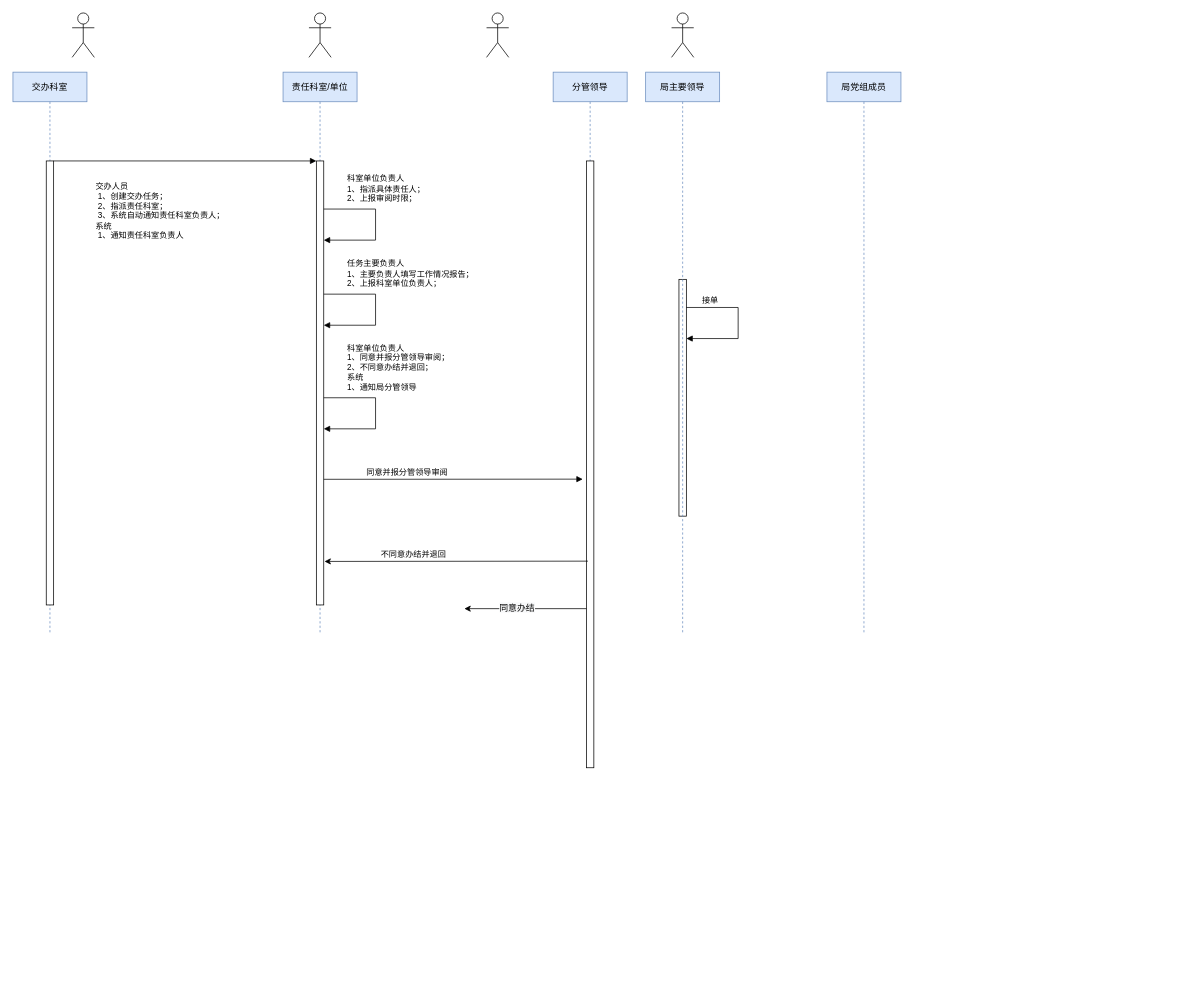
Above: 监督赋能执行力工作平台.drawio in z-cloud-z/draw (draw.io), before the change. Source tidied: cells renumbered, new cells numbered last; positions are measured from the earlier drawing's top-left corner, leaving out a move shared by most shapes. Both pictures are drawn from the tidied source at 74%, with x=0, y=0 at pixel (13, 13).
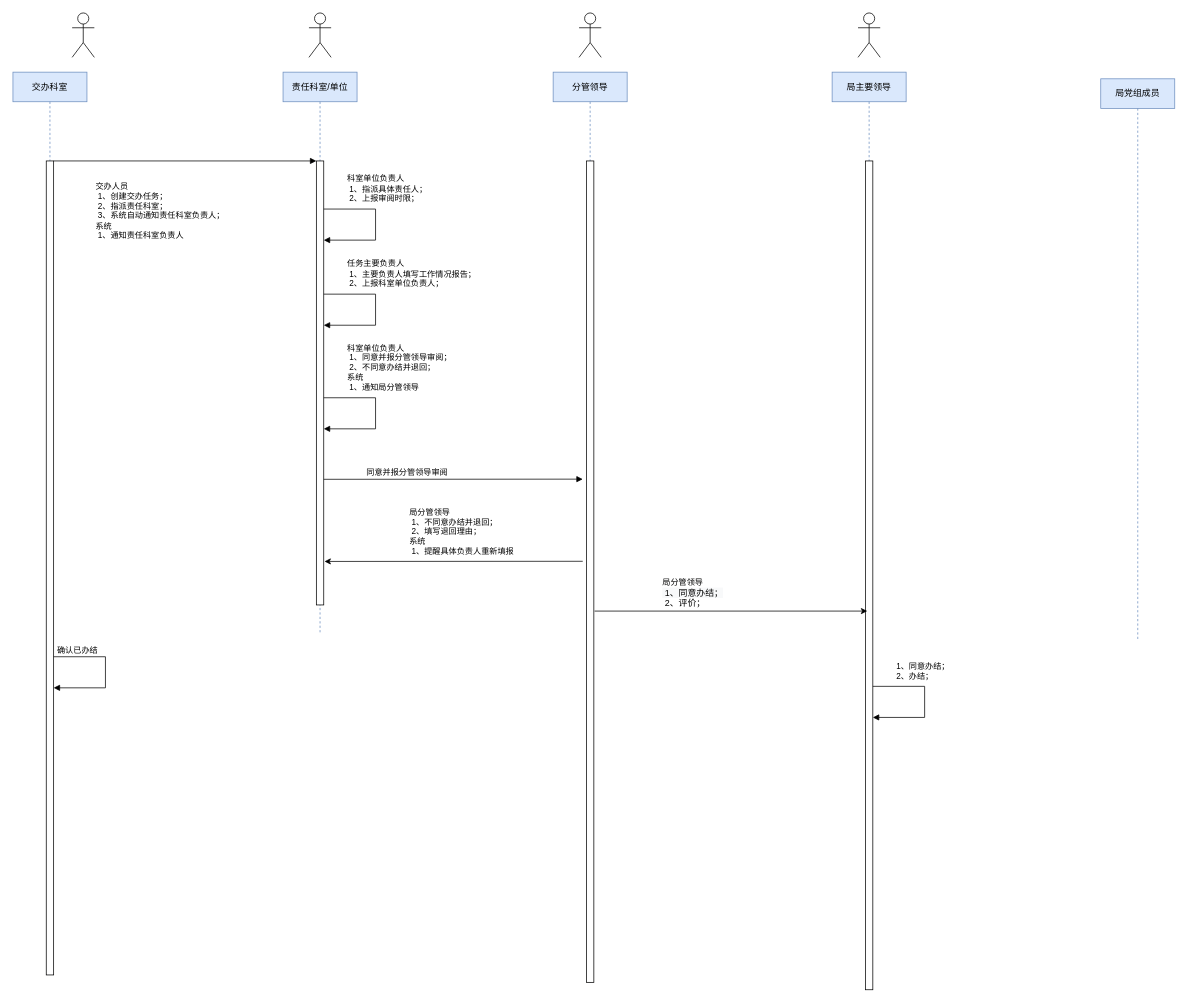
The same diagram, later.

Commit message:
更新监督赋能执行力工作平台.drawio

The change refers to these unchanged cells:
```xml
<mxCell id="7" style="html=1;points=[];perimeter=orthogonalPerimeter;" parent="1" vertex="1">
  <mxGeometry x="410" y="200" width="10" height="600" as="geometry" />
</mxCell>
```

Diff of the diagram source:
```diff
@@
     <mxCell id="4" style="shape=umlActor;verticalLabelPosition=bottom;verticalAlign=top;html=1;" parent="1" vertex="1">
-      <mxGeometry x="640" width="30" height="60" as="geometry" />
+      <mxGeometry x="765" width="30" height="60" as="geometry" />
     </mxCell>
@@
     <mxCell id="6" style="shape=umlActor;verticalLabelPosition=bottom;verticalAlign=top;html=1;" parent="1" vertex="1">
-      <mxGeometry x="890" width="30" height="60" as="geometry" />
+      <mxGeometry x="1142" width="30" height="60" as="geometry" />
     </mxCell>
@@
-    <mxCell id="9" style="html=1;points=[];perimeter=orthogonalPerimeter;" parent="1" vertex="1">
-      <mxGeometry x="900" y="360" width="10" height="320" as="geometry" />
-    </mxCell>
-    <mxCell id="10" value="接单" style="html=1;verticalAlign=bottom;endArrow=block;rounded=0;" parent="1" edge="1" source="9" target="9">
-      <mxGeometry x="-0.65" relative="1" as="geometry">
-        <Array as="points">
-          <mxPoint x="980" y="398" />
-          <mxPoint x="980" y="440" />
-        </Array>
-      </mxGeometry>
-    </mxCell>
     <mxCell id="11" value="交办科室" style="shape=umlLifeline;perimeter=lifelinePerimeter;whiteSpace=wrap;html=1;fillColor=#dae8fc;strokeColor=#6c8ebf;" parent="1" vertex="1">
-      <mxGeometry y="80" width="100" height="760" as="geometry" />
+      <mxGeometry y="80" width="100" height="1220" as="geometry" />
     </mxCell>
     <mxCell id="12" style="html=1;points=[];perimeter=orthogonalPerimeter;" parent="11" vertex="1">
-      <mxGeometry x="45" y="120" width="10" height="600" as="geometry" />
+      <mxGeometry x="45" y="120" width="10" height="1100" as="geometry" />
     </mxCell>
+    <mxCell id="25" value="确认已办结" style="html=1;verticalAlign=bottom;endArrow=block;rounded=0;" parent="11" edge="1">
+      <mxGeometry x="-0.65" relative="1" as="geometry">
+        <mxPoint x="55" y="790" as="sourcePoint" />
+        <mxPoint x="55" y="832" as="targetPoint" />
+        <Array as="points">
+          <mxPoint x="125" y="790" />
+          <mxPoint x="125" y="832" />
+        </Array>
+      </mxGeometry>
+    </mxCell>
     <mxCell id="13" value="&lt;span&gt;分管领导&lt;/span&gt;" style="shape=umlLifeline;perimeter=lifelinePerimeter;whiteSpace=wrap;html=1;fillColor=#dae8fc;strokeColor=#6c8ebf;" parent="1" vertex="1">
-      <mxGeometry x="730" y="80" width="100" height="940" as="geometry" />
+      <mxGeometry x="730" y="80" width="100" height="1230" as="geometry" />
     </mxCell>
     <mxCell id="14" style="html=1;perimeter=orthogonalPerimeter;" parent="13" vertex="1">
-      <mxGeometry x="45" y="120" width="10" height="820" as="geometry" />
+      <mxGeometry x="45" y="120" width="10" height="1110" as="geometry" />
     </mxCell>
     <mxCell id="15" value="局主要领导" style="shape=umlLifeline;perimeter=lifelinePerimeter;whiteSpace=wrap;html=1;fillColor=#dae8fc;strokeColor=#6c8ebf;" parent="1" vertex="1">
-      <mxGeometry x="855" y="80" width="100" height="760" as="geometry" />
+      <mxGeometry x="1107" y="80" width="100" height="1240" as="geometry" />
     </mxCell>
+    <mxCell id="9" style="html=1;points=[];perimeter=orthogonalPerimeter;" parent="15" vertex="1">
+      <mxGeometry x="45" y="120" width="10" height="1120" as="geometry" />
+    </mxCell>
+    <mxCell id="26" value="1、同意办结；&lt;br&gt;2、办结；" style="html=1;verticalAlign=bottom;endArrow=block;rounded=0;align=left;" parent="15" edge="1">
+      <mxGeometry x="-0.67" y="5" relative="1" as="geometry">
+        <mxPoint x="55" y="830" as="sourcePoint" />
+        <mxPoint x="55" y="872" as="targetPoint" />
+        <Array as="points">
+          <mxPoint x="125" y="830" />
+          <mxPoint x="125" y="872" />
+        </Array>
+      </mxGeometry>
+    </mxCell>
     <mxCell id="16" value="局党组成员" style="shape=umlLifeline;perimeter=lifelinePerimeter;whiteSpace=wrap;html=1;fillColor=#dae8fc;strokeColor=#6c8ebf;" parent="1" vertex="1">
-      <mxGeometry x="1100" y="80" width="100" height="760" as="geometry" />
+      <mxGeometry x="1470" y="89" width="100" height="760" as="geometry" />
     </mxCell>
-    <mxCell id="17" value="科室单位负责人&lt;br&gt;1、指派具体责任人；&lt;br&gt;2、上报审阅时限；" style="html=1;verticalAlign=bottom;endArrow=block;rounded=0;align=left;" parent="1" edge="1">
+    <mxCell id="17" value="科室单位负责人&lt;br&gt;&lt;span style=&quot;white-space: pre&quot;&gt; &lt;/span&gt;1、指派具体责任人；&lt;br&gt;&lt;span style=&quot;white-space: pre&quot;&gt; &lt;/span&gt;2、上报审阅时限；" style="html=1;verticalAlign=bottom;endArrow=block;rounded=0;align=left;" parent="1" edge="1">
       <mxGeometry x="-0.67" y="5" relative="1" as="geometry">
         <mxPoint x="420" y="265" as="sourcePoint" />
         <mxPoint x="420" y="307" as="targetPoint" />
         <Array as="points">
           <mxPoint x="490" y="265" />
           <mxPoint x="490" y="307" />
         </Array>
       </mxGeometry>
     </mxCell>
-    <mxCell id="18" value="任务主要负责人&lt;br&gt;1、主要负责人填写工作情况报告；&lt;br&gt;2、上报科室单位负责人；" style="html=1;verticalAlign=bottom;endArrow=block;rounded=0;align=left;" parent="1" edge="1">
+    <mxCell id="18" value="任务主要负责人&lt;br&gt;&lt;span style=&quot;white-space: pre&quot;&gt; &lt;/span&gt;1、主要负责人填写工作情况报告；&lt;br&gt;&lt;span style=&quot;white-space: pre&quot;&gt; &lt;/span&gt;2、上报科室单位负责人；" style="html=1;verticalAlign=bottom;endArrow=block;rounded=0;align=left;" parent="1" edge="1">
       <mxGeometry x="-0.67" y="5" relative="1" as="geometry">
         <mxPoint x="420" y="380" as="sourcePoint" />
         <mxPoint x="420" y="422" as="targetPoint" />
         <Array as="points">
           <mxPoint x="490" y="380" />
           <mxPoint x="490" y="422" />
         </Array>
       </mxGeometry>
     </mxCell>
-    <mxCell id="19" value="科室单位负责人&lt;br&gt;1、同意并报分管领导审阅；&lt;br&gt;2、不同意办结并退回；&lt;br&gt;系统&lt;br&gt;1、通知局分管领导" style="html=1;verticalAlign=bottom;endArrow=block;rounded=0;align=left;" parent="1" edge="1">
+    <mxCell id="19" value="科室单位负责人&lt;br&gt;&lt;span style=&quot;white-space: pre&quot;&gt; &lt;/span&gt;1、同意并报分管领导审阅；&lt;br&gt;&lt;span style=&quot;white-space: pre&quot;&gt; &lt;/span&gt;2、不同意办结并退回；&lt;br&gt;系统&lt;br&gt;&lt;span style=&quot;white-space: pre&quot;&gt; &lt;/span&gt;1、通知局分管领导" style="html=1;verticalAlign=bottom;endArrow=block;rounded=0;align=left;" parent="1" edge="1">
       <mxGeometry x="-0.67" y="5" relative="1" as="geometry">
         <mxPoint x="420" y="520" as="sourcePoint" />
         <mxPoint x="420" y="562" as="targetPoint" />
         <Array as="points">
           <mxPoint x="490" y="520" />
           <mxPoint x="490" y="562" />
         </Array>
       </mxGeometry>
     </mxCell>
@@
-    <mxCell id="21" style="endArrow=classic;html=1;rounded=0;" parent="1" edge="1">
+    <mxCell id="21" style="endArrow=classic;html=1;rounded=0;exitX=1.3;exitY=0.548;exitDx=0;exitDy=0;exitPerimeter=0;" parent="1" edge="1">
       <mxGeometry relative="1" as="geometry">
-        <mxPoint x="775" y="805" as="sourcePoint" />
-        <mxPoint x="610" y="805" as="targetPoint" />
+        <mxPoint x="786" y="808.3" as="sourcePoint" />
+        <mxPoint x="1154.5" y="808.3" as="targetPoint" />
       </mxGeometry>
     </mxCell>
-    <mxCell id="22" value="&lt;span style=&quot;font-size: 12px ; background-color: rgb(248 , 249 , 250)&quot;&gt;同意办结&lt;/span&gt;" style="edgeLabel;html=1;align=center;verticalAlign=middle;" parent="21" vertex="1">
-      <mxGeometry x="0.15" y="-2" relative="1" as="geometry" />
+    <mxCell id="22" value="&lt;span&gt;局分管领导&lt;/span&gt;&lt;div&gt;&lt;span style=&quot;background-color: rgb(248 , 249 , 250) ; font-size: 12px&quot;&gt;&lt;span style=&quot;white-space: pre&quot;&gt; &lt;/span&gt;1、同意办结；&lt;/span&gt;&lt;/div&gt;&lt;span style=&quot;font-size: 12px ; background-color: rgb(248 , 249 , 250)&quot;&gt;&lt;div&gt;&lt;span style=&quot;white-space: pre&quot;&gt; &lt;/span&gt;2、评价；&lt;/div&gt;&lt;/span&gt;" style="edgeLabel;html=1;align=left;verticalAlign=middle;" parent="21" vertex="1">
+      <mxGeometry x="0.15" y="-2" relative="1" as="geometry">
+        <mxPoint x="-122" y="-27" as="offset" />
+      </mxGeometry>
     </mxCell>
-    <mxCell id="23" style="endArrow=classic;html=1;rounded=0;exitX=0.2;exitY=0.968;exitDx=0;exitDy=0;exitPerimeter=0;entryX=1.1;entryY=0.902;entryDx=0;entryDy=0;entryPerimeter=0;" parent="1" edge="1" target="7">
+    <mxCell id="23" style="endArrow=classic;html=1;rounded=0;entryX=1.1;entryY=0.902;entryDx=0;entryDy=0;entryPerimeter=0;" parent="1" edge="1" target="7">
       <mxGeometry relative="1" as="geometry">
-        <mxPoint x="777" y="740.8" as="sourcePoint" />
+        <mxPoint x="770" y="741" as="sourcePoint" />
       </mxGeometry>
     </mxCell>
-    <mxCell id="24" value="不同意办结并退回" style="edgeLabel;html=1;align=center;verticalAlign=middle;" parent="23" vertex="1">
+    <mxCell id="24" value="局分管领导&lt;br&gt;&lt;span style=&quot;white-space: pre&quot;&gt; &lt;/span&gt;1、不同意办结并退回；&lt;br&gt;&lt;span style=&quot;white-space: pre&quot;&gt; &lt;/span&gt;2、填写退回理由；&lt;br&gt;系统&lt;br&gt;&lt;span style=&quot;white-space: pre&quot;&gt; &lt;/span&gt;1、提醒具体负责人重新填报" style="edgeLabel;html=1;align=left;verticalAlign=middle;" parent="23" vertex="1">
       <mxGeometry x="0.58" y="-1" relative="1" as="geometry">
-        <mxPoint x="45" y="-9" as="offset" />
+        <mxPoint x="40" y="-40" as="offset" />
       </mxGeometry>
     </mxCell>
```
